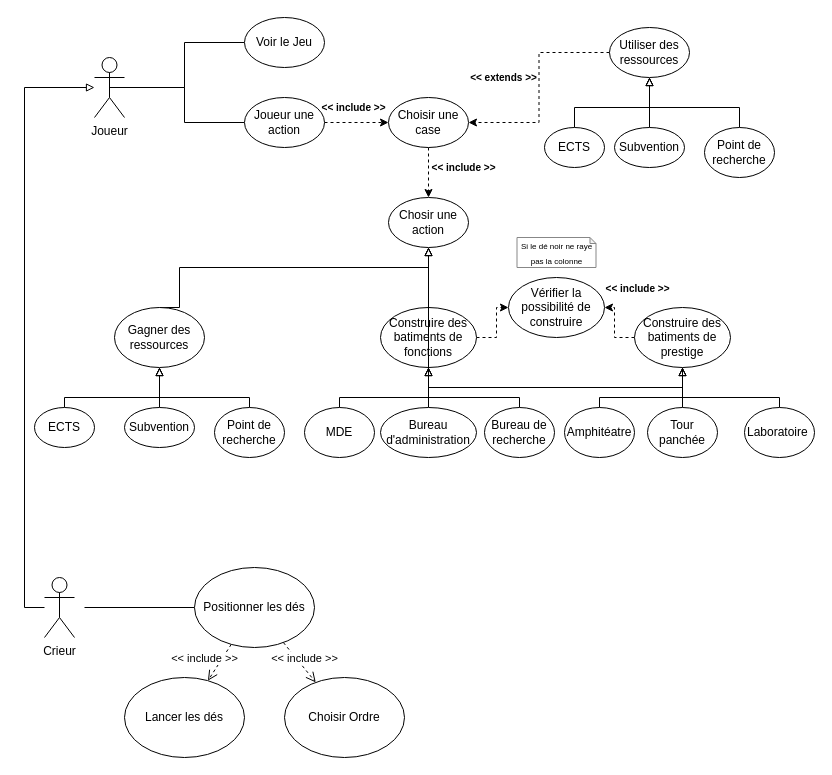
The draw.io diagram useCaseTroyes-Dice.drawio in AntoineMilochevitch/Troyes-Dice, before the edit. Source tidied: cells renumbered, new cells numbered last; positions are measured from the earlier drawing's top-left corner, leaving out a move shared by most shapes. Both pictures are drawn from the tidied source at 100%, with x=0, y=0 at pixel (24, 17).
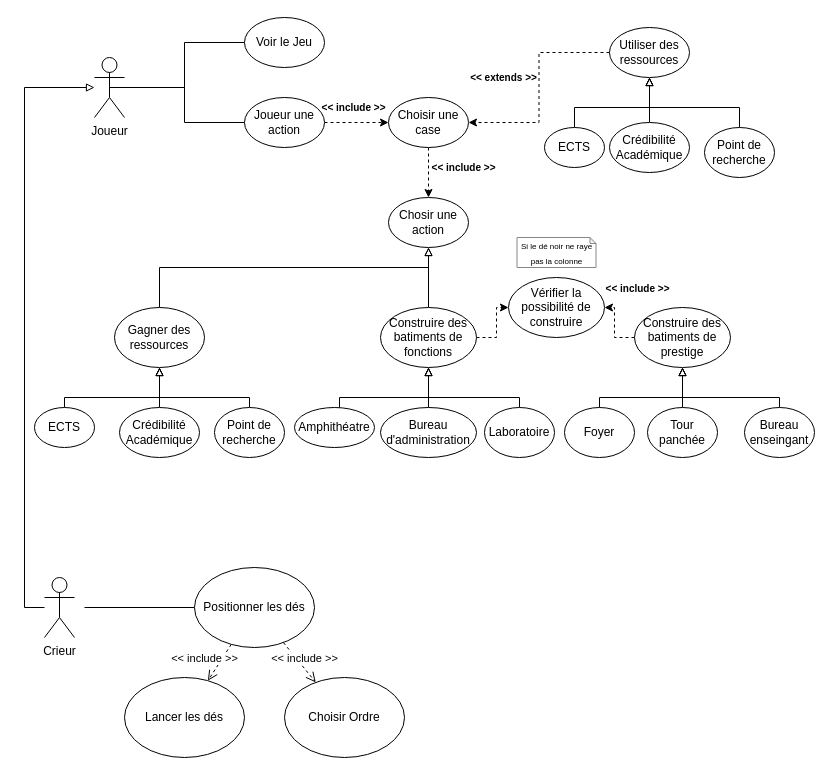
The same diagram, later.

Commit message:
Mettre à jour useCaseTroyes-Dice.drawio

Unchanged cells that the change refers to:
```xml
<mxCell id="18" value="Chosir une action" style="ellipse;whiteSpace=wrap;html=1;" parent="1" vertex="1">
  <mxGeometry x="364" y="180" width="80" height="50" as="geometry" />
</mxCell>
<mxCell id="29" value="Gagner des ressources" style="ellipse;whiteSpace=wrap;html=1;" parent="1" vertex="1">
  <mxGeometry x="90" y="290" width="90" height="60" as="geometry" />
</mxCell>
<mxCell id="35" value="Construire des batiments de prestige" style="ellipse;whiteSpace=wrap;html=1;" parent="1" vertex="1">
  <mxGeometry x="610" y="290" width="96" height="60" as="geometry" />
</mxCell>
```

Diff of the diagram source:
```diff
@@
-    <mxCell id="24" value="Subvention" style="ellipse;whiteSpace=wrap;html=1;" parent="1" vertex="1">
-      <mxGeometry x="590" y="110" width="70" height="40" as="geometry" />
+    <mxCell id="24" value="Crédibilité&lt;div&gt;Académique&lt;/div&gt;" style="ellipse;whiteSpace=wrap;html=1;" parent="1" vertex="1">
+      <mxGeometry x="585" y="105" width="80" height="50" as="geometry" />
     </mxCell>
@@
     <mxCell id="27" style="edgeStyle=orthogonalEdgeStyle;rounded=0;jettySize=auto;html=1;entryX=0.5;entryY=1;entryDx=0;entryDy=0;endArrow=block;endFill=0;exitX=0.5;exitY=0;exitDx=0;exitDy=0;" parent="1" edge="1" source="29" target="18">
       <mxGeometry relative="1" as="geometry">
         <Array as="points">
-          <mxPoint x="155" y="250" />
+          <mxPoint x="135" y="250" />
           <mxPoint x="404" y="250" />
         </Array>
       </mxGeometry>
     </mxCell>
@@
-    <mxCell id="33" style="edgeStyle=orthogonalEdgeStyle;rounded=0;jettySize=auto;html=1;entryX=0.5;entryY=1;entryDx=0;entryDy=0;endArrow=block;endFill=0;exitX=0.5;exitY=1;exitDx=0;exitDy=0;" parent="1" edge="1" source="35" target="18">
-      <mxGeometry relative="1" as="geometry" />
-    </mxCell>
@@
-    <mxCell id="39" value="Subvention" style="ellipse;whiteSpace=wrap;html=1;" parent="1" vertex="1">
-      <mxGeometry x="100" y="390" width="70" height="40" as="geometry" />
+    <mxCell id="39" value="Crédibilité&lt;div&gt;Académique&lt;/div&gt;" style="ellipse;whiteSpace=wrap;html=1;" parent="1" vertex="1">
+      <mxGeometry x="95" y="390" width="80" height="50" as="geometry" />
     </mxCell>
@@
-    <mxCell id="43" value="MDE" style="ellipse;whiteSpace=wrap;html=1;" parent="1" vertex="1">
-      <mxGeometry x="280" y="390" width="70" height="50" as="geometry" />
+    <mxCell id="43" value="Amphithéatre" style="ellipse;whiteSpace=wrap;html=1;" parent="1" vertex="1">
+      <mxGeometry x="270" y="390" width="80" height="40" as="geometry" />
     </mxCell>
@@
-    <mxCell id="47" value="Bureau de recherche" style="ellipse;whiteSpace=wrap;html=1;" parent="1" vertex="1">
+    <mxCell id="47" value="Laboratoire" style="ellipse;whiteSpace=wrap;html=1;" parent="1" vertex="1">
       <mxGeometry x="460" y="390" width="70" height="50" as="geometry" />
     </mxCell>
@@
-    <mxCell id="51" value="Amphitéatre" style="ellipse;whiteSpace=wrap;html=1;" parent="1" vertex="1">
+    <mxCell id="51" value="Foyer" style="ellipse;whiteSpace=wrap;html=1;" parent="1" vertex="1">
       <mxGeometry x="540" y="390" width="70" height="50" as="geometry" />
     </mxCell>
@@
-    <mxCell id="53" value="Laboratoire&amp;nbsp;" style="ellipse;whiteSpace=wrap;html=1;" parent="1" vertex="1">
+    <mxCell id="53" value="Bureau enseingant" style="ellipse;whiteSpace=wrap;html=1;" parent="1" vertex="1">
       <mxGeometry x="720" y="390" width="70" height="50" as="geometry" />
     </mxCell>
```
